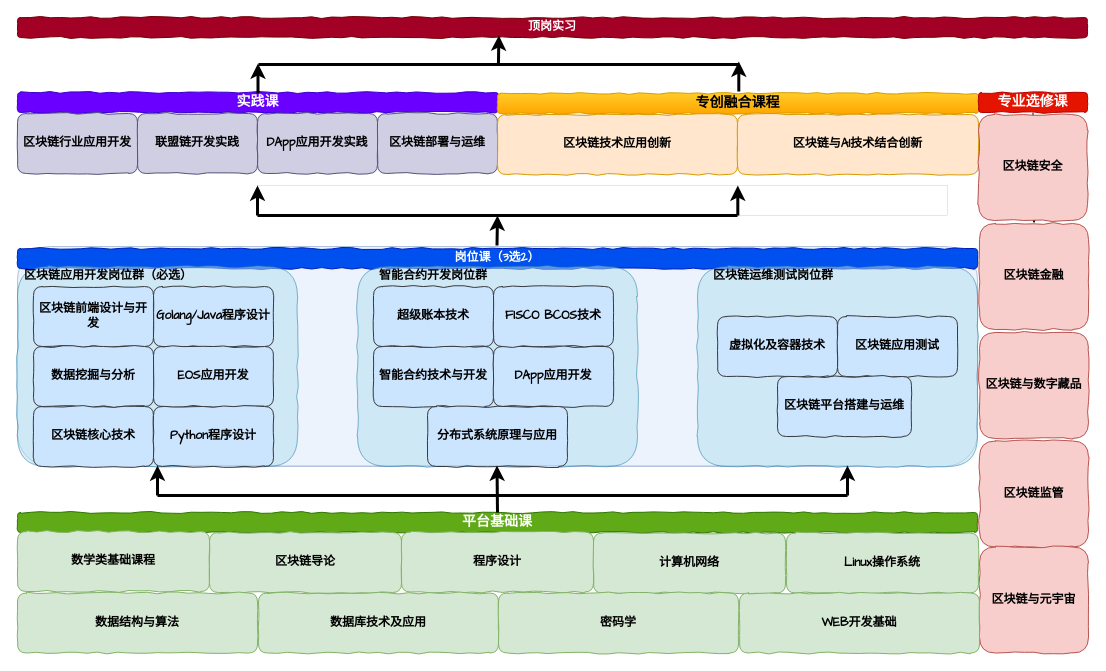
The draw.io diagram 区块链高职人培.drawio in luuuuo/luuuuo_content, before the edit. Source tidied: cells renumbered, new cells numbered last; positions are measured from the earlier drawing's top-left corner, leaving out a move shared by most shapes. Both pictures are drawn from the tidied source at 100%, with x=0, y=0 at pixel (17, 17).
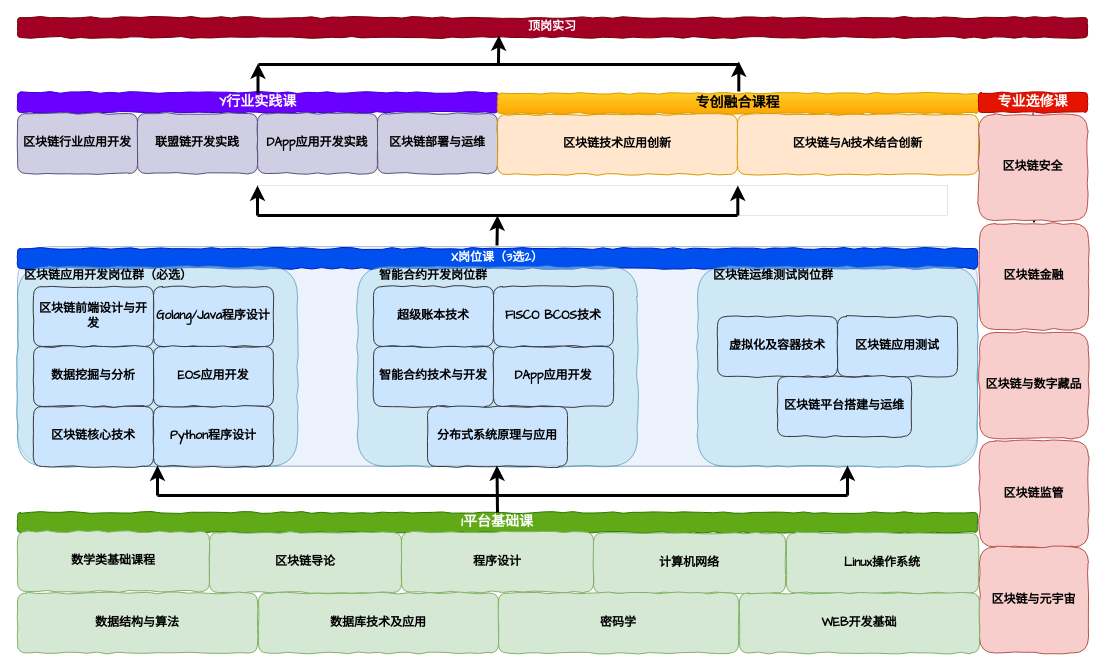
The same diagram, later.

Commit message:
更新区块链高职人培.drawio

The change refers to these unchanged cells:
```xml
<mxCell id="2" style="group;" parent="1" vertex="1">
  <mxGeometry y="496" width="960" height="80" as="geometry" />
</mxCell>
<mxCell id="4" style="group;rounded=1;" parent="1" vertex="1">
  <mxGeometry y="229" width="960" height="220" as="geometry" />
</mxCell>
<mxCell id="32" style="group;" parent="1" vertex="1">
  <mxGeometry y="75" width="481" height="81" as="geometry" />
</mxCell>
```

Diff of the diagram source:
```diff
@@
-    <mxCell id="3" value="&lt;font style=&quot;font-size: 14px;&quot;&gt;平台基础课&lt;br&gt;&lt;/font&gt;" style="rounded=1;whiteSpace=wrap;html=1;comic=1;fillColor=#60a917;strokeColor=#2D7600;fontColor=#FFFFFF;fontFamily=Comic Sans MS;fontStyle=1;" parent="2" vertex="1">
+    <mxCell id="3" value="&lt;font style=&quot;font-size: 14px;&quot;&gt;1平台基础课&lt;br&gt;&lt;/font&gt;" style="rounded=1;whiteSpace=wrap;html=1;comic=1;fillColor=#60a917;strokeColor=#2D7600;fontColor=#FFFFFF;fontFamily=Comic Sans MS;fontStyle=1;" parent="2" vertex="1">
       <mxGeometry y="-1" width="960" height="20" as="geometry" />
     </mxCell>
@@
-    <mxCell id="6" value="岗位课（3选2）" style="rounded=1;whiteSpace=wrap;html=1;comic=1;fillColor=#0050ef;strokeColor=#001DBC;fontColor=#FFFFFF;fontFamily=Comic Sans MS;fontStyle=1;" parent="4" vertex="1">
+    <mxCell id="6" value="X岗位课（3选2）" style="rounded=1;whiteSpace=wrap;html=1;comic=1;fillColor=#0050ef;strokeColor=#001DBC;fontColor=#FFFFFF;fontFamily=Comic Sans MS;fontStyle=1;" parent="4" vertex="1">
       <mxGeometry y="2" width="960" height="20" as="geometry" />
     </mxCell>
@@
-    <mxCell id="33" value="&lt;font style=&quot;font-size: 14px;&quot;&gt;实践课&lt;br&gt;&lt;/font&gt;" style="rounded=1;whiteSpace=wrap;html=1;comic=1;fillColor=#6a00ff;strokeColor=#3700CC;fontColor=#ffffff;fontFamily=Comic Sans MS;fontStyle=1;" parent="32" vertex="1">
+    <mxCell id="33" value="&lt;font style=&quot;font-size: 14px;&quot;&gt;Y行业实践课&lt;br&gt;&lt;/font&gt;" style="rounded=1;whiteSpace=wrap;html=1;comic=1;fillColor=#6a00ff;strokeColor=#3700CC;fontColor=#ffffff;fontFamily=Comic Sans MS;fontStyle=1;" parent="32" vertex="1">
       <mxGeometry width="481" height="20" as="geometry" />
     </mxCell>
```
